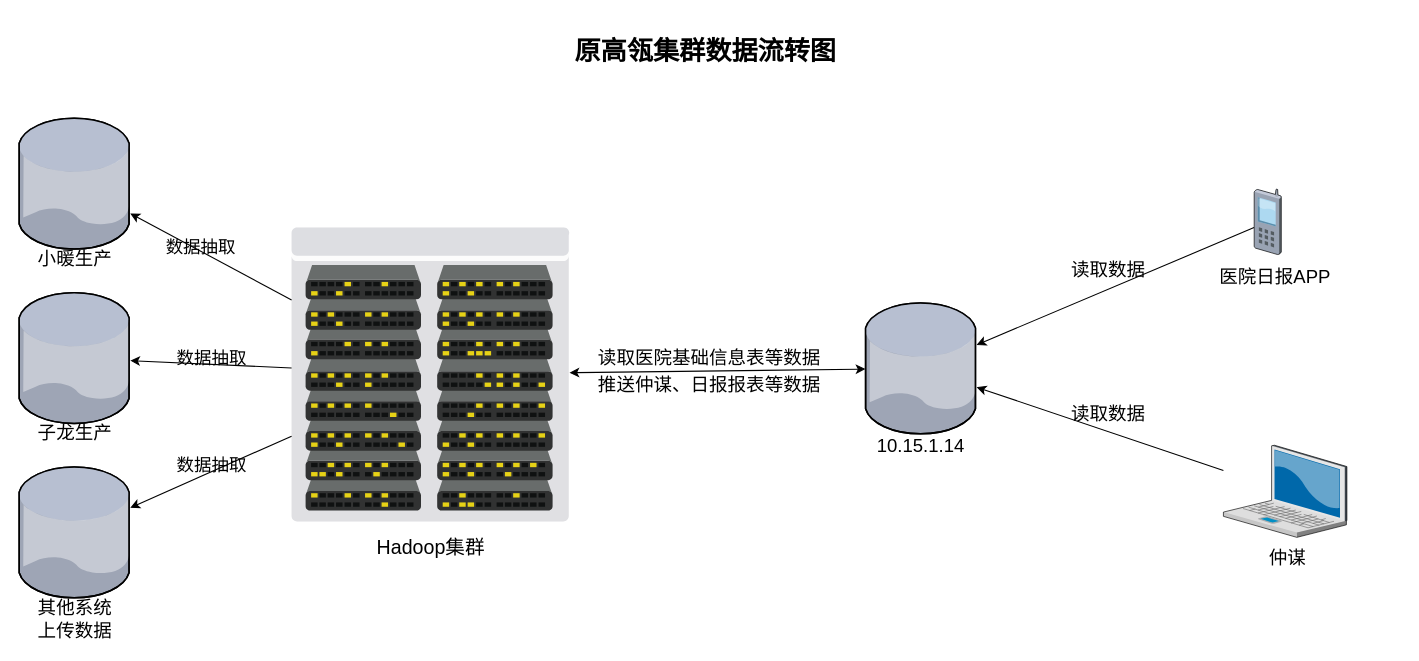
Above: pet_data_warehouse/原高瓴集群数据流转图.drawio in fangzheng0518/draw (draw.io), before the change. Source tidied: cells renumbered, new cells numbered last; positions are measured from the earlier drawing's top-left corner, leaving out a move shared by most shapes. Both pictures are drawn from the tidied source at 109%, with x=0, y=0 at pixel (19, 29).
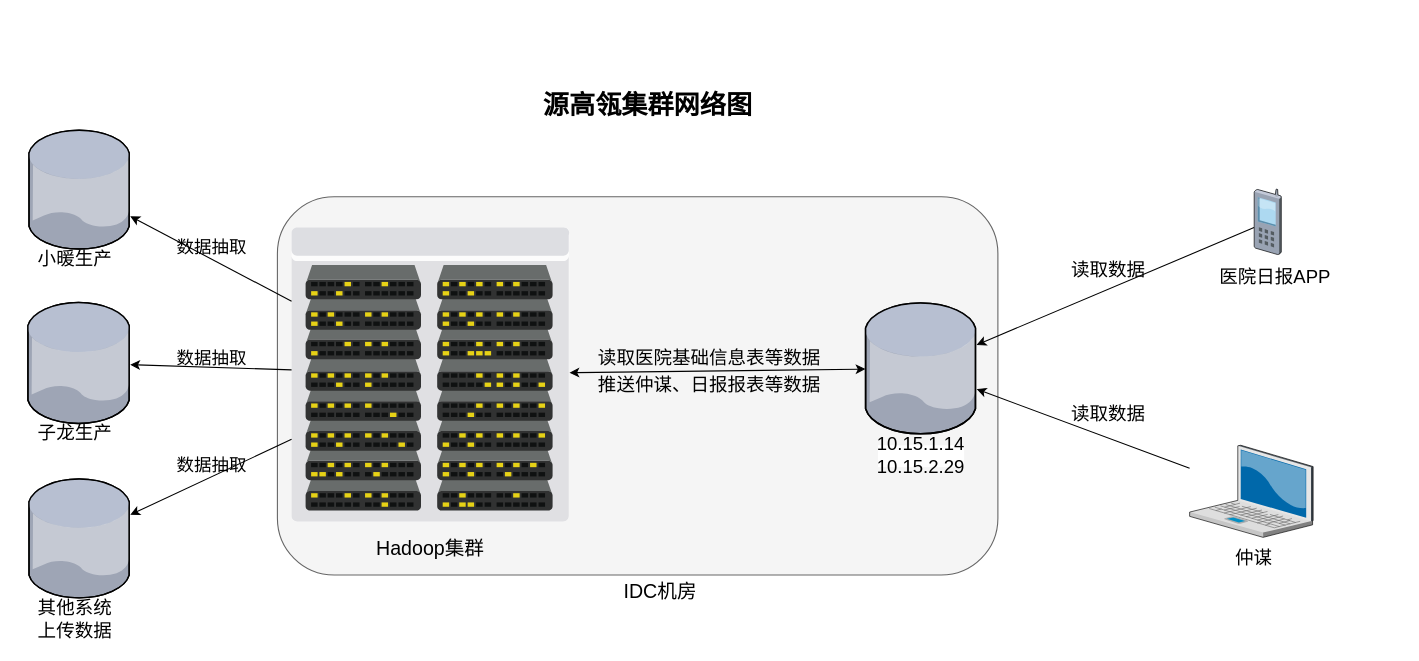
Above is the later version.

Commit message:
更新原高瓴集群数据流转图.drawio

The edit, as a diff of the source:
```diff
@@
+    <mxCell id="32" style="rounded=1;whiteSpace=wrap;html=1;fillColor=#f5f5f5;strokeColor=#666666;fontColor=#333333;" parent="1" vertex="1">
+      <mxGeometry x="237" y="153" width="661" height="347" as="geometry" />
+    </mxCell>
     <mxCell id="2" style="verticalLabelPosition=bottom;html=1;verticalAlign=top;strokeColor=none;align=center;outlineConnect=0;shape=mxgraph.citrix.database;" parent="1" vertex="1">
-      <mxGeometry y="81" width="102" height="120" as="geometry" />
+      <mxGeometry x="9" y="92" width="93" height="109" as="geometry" />
     </mxCell>
@@
     <mxCell id="4" style="verticalLabelPosition=bottom;html=1;verticalAlign=top;strokeColor=none;align=center;outlineConnect=0;shape=mxgraph.citrix.database;" parent="1" vertex="1">
-      <mxGeometry y="241" width="102" height="120" as="geometry" />
+      <mxGeometry x="8" y="250" width="94" height="111" as="geometry" />
     </mxCell>
     <mxCell id="5" style="verticalLabelPosition=bottom;html=1;verticalAlign=top;strokeColor=none;align=center;outlineConnect=0;shape=mxgraph.citrix.database;" parent="1" vertex="1">
-      <mxGeometry y="401" width="102" height="120" as="geometry" />
+      <mxGeometry x="9" y="412" width="93" height="109" as="geometry" />
     </mxCell>
@@
     <mxCell id="9" value="&lt;font style=&quot;font-size: 18px&quot;&gt;Hadoop集群&lt;/font&gt;" style="text;html=1;strokeColor=none;fillColor=none;align=center;verticalAlign=middle;whiteSpace=wrap;rounded=0;" parent="1" vertex="1">
-      <mxGeometry x="316.5" y="467" width="122" height="16" as="geometry" />
+      <mxGeometry x="279" y="468" width="197" height="16" as="geometry" />
     </mxCell>
@@
-    <mxCell id="11" value="&lt;font style=&quot;font-size: 17px&quot;&gt;10.15.1.14&lt;/font&gt;" style="text;html=1;strokeColor=none;fillColor=#ffffff;align=center;verticalAlign=middle;whiteSpace=wrap;rounded=0;gradientColor=none;" parent="1" vertex="1">
-      <mxGeometry x="788" y="372.5" width="79" height="20" as="geometry" />
+    <mxCell id="11" value="&lt;font style=&quot;font-size: 17px&quot;&gt;10.15.1.14&lt;br&gt;10.15.2.29&lt;br&gt;&lt;/font&gt;" style="text;html=1;strokeColor=none;fillColor=#ffffff;align=center;verticalAlign=middle;whiteSpace=wrap;rounded=0;gradientColor=none;" parent="1" vertex="1">
+      <mxGeometry x="788" y="381" width="79" height="20" as="geometry" />
     </mxCell>
@@
     <mxCell id="15" value="&lt;font style=&quot;font-size: 16px&quot;&gt;数据抽取&lt;/font&gt;" style="text;html=1;strokeColor=none;fillColor=none;align=center;verticalAlign=middle;whiteSpace=wrap;rounded=0;" parent="1" vertex="1">
-      <mxGeometry x="127" y="181" width="80" height="35" as="geometry" />
+      <mxGeometry x="137" y="181" width="80" height="35" as="geometry" />
     </mxCell>
@@
-    <mxCell id="21" value="&lt;h1&gt;原高瓴集群数据流转图&lt;/h1&gt;" style="text;html=1;strokeColor=none;fillColor=none;spacing=5;spacingTop=-20;whiteSpace=wrap;overflow=hidden;rounded=0;" parent="1" vertex="1">
-      <mxGeometry x="505" width="267" height="40" as="geometry" />
+    <mxCell id="21" value="&lt;h1&gt;源高瓴集群网络图&lt;/h1&gt;" style="text;html=1;strokeColor=none;fillColor=none;spacing=5;spacingTop=-20;whiteSpace=wrap;overflow=hidden;rounded=0;" parent="1" vertex="1">
+      <mxGeometry x="476" y="50" width="267" height="40" as="geometry" />
     </mxCell>
@@
     <mxCell id="25" style="group;" parent="1" vertex="1">
-      <mxGeometry x="1060" y="381" width="208" height="112" as="geometry" />
+      <mxGeometry x="1029" y="381" width="208" height="112" as="geometry" />
     </mxCell>
@@
+    <mxCell id="33" value="&lt;font style=&quot;font-size: 18px&quot;&gt;IDC机房&lt;/font&gt;" style="text;html=1;strokeColor=none;fillColor=none;align=center;verticalAlign=middle;whiteSpace=wrap;rounded=0;" parent="1" vertex="1">
+      <mxGeometry x="527" y="506" width="123" height="20" as="geometry" />
+    </mxCell>
```
